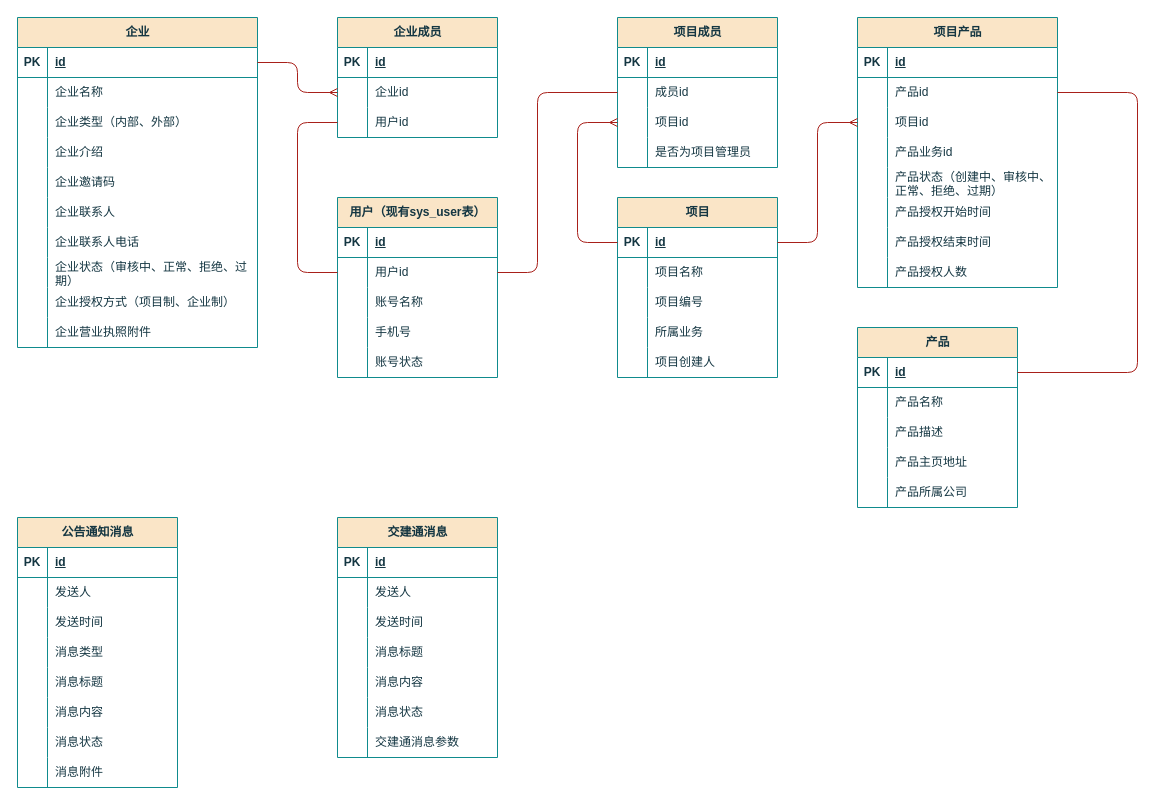
Above: page "E-R图" (1 of 3) of others/产品中心.drawio in Qunz/drawio (draw.io), before the change. Source tidied: cells renumbered, new cells numbered last; positions are measured from the earlier drawing's top-left corner, leaving out a move shared by most shapes. Both pictures are drawn from the tidied source at 100%, with x=0, y=0 at pixel (17, 17).
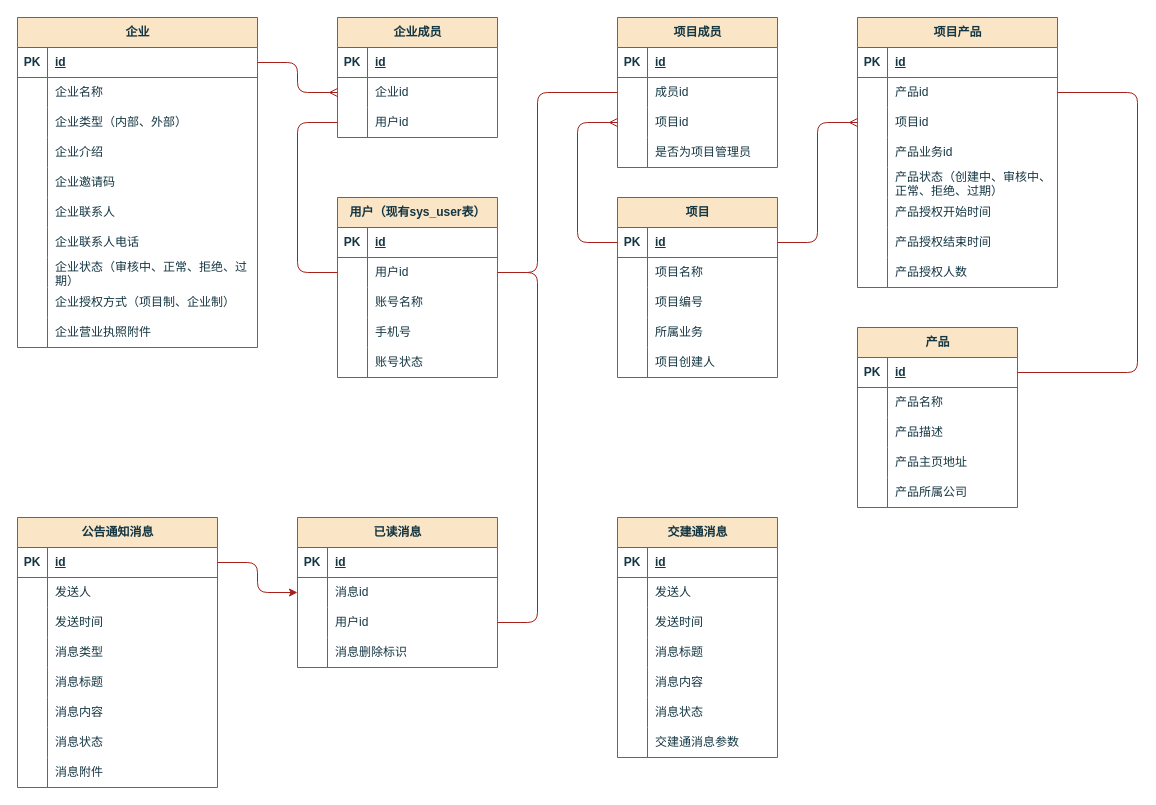
Above is the later version.

Commit message (it also covers changes not shown here):
更新产品中心.drawio

Unchanged cells that the change refers to:
```xml
<mxCell id="121" style="shape=tableRow;horizontal=0;startSize=0;swimlaneHead=0;swimlaneBody=0;fillColor=none;points=[[0,0.5],[1,0.5]];portConstraint=eastwest;top=0;left=0;right=0;bottom=0;labelBackgroundColor=none;strokeColor=#0F8B8D;fontColor=#143642;" parent="114" vertex="1">
  <mxGeometry y="90" width="160" height="30" as="geometry" />
</mxCell>
<mxCell id="168" style="shape=tableRow;horizontal=0;startSize=0;swimlaneHead=0;swimlaneBody=0;fillColor=none;points=[[0,0.5],[1,0.5]];portConstraint=eastwest;top=0;left=0;right=0;bottom=0;labelBackgroundColor=none;strokeColor=#0F8B8D;fontColor=#143642;" parent="164" vertex="1">
  <mxGeometry y="60" width="160" height="30" as="geometry" />
</mxCell>
```

The edit, as a diff of the source:
```diff
@@
     <mxCell id="87" value="公告通知消息" style="shape=table;startSize=30;childLayout=tableLayout;rowLines=0;fontStyle=1;align=center;html=1;labelBackgroundColor=none;fillColor=#FAE5C7;strokeColor=#0F8B8D;fontColor=#143642;" parent="1" vertex="1">
-      <mxGeometry y="500" width="160" height="270" as="geometry" />
+      <mxGeometry y="500" width="200" height="270" as="geometry" />
     </mxCell>
     <mxCell id="88" style="shape=tableRow;horizontal=0;startSize=0;swimlaneHead=0;swimlaneBody=0;fillColor=none;points=[[0,0.5],[1,0.5]];portConstraint=eastwest;top=0;left=0;right=0;bottom=1;labelBackgroundColor=none;strokeColor=#0F8B8D;fontColor=#143642;" parent="87" vertex="1">
-      <mxGeometry y="30" width="160" height="30" as="geometry" />
+      <mxGeometry y="30" width="200" height="30" as="geometry" />
     </mxCell>
@@
     <mxCell id="90" value="id" style="shape=partialRectangle;fillColor=none;top=0;left=0;bottom=0;right=0;align=left;spacingLeft=6;fontStyle=5;overflow=hidden;whiteSpace=wrap;html=1;labelBackgroundColor=none;strokeColor=#0F8B8D;fontColor=#143642;" parent="88" vertex="1">
-      <mxGeometry x="30" width="130" height="30" as="geometry" />
+      <mxGeometry x="30" width="170" height="30" as="geometry" />
     </mxCell>
     <mxCell id="91" style="shape=tableRow;horizontal=0;startSize=0;swimlaneHead=0;swimlaneBody=0;fillColor=none;top=0;left=0;right=0;bottom=0;labelBackgroundColor=none;strokeColor=#0F8B8D;fontColor=#143642;" parent="87" vertex="1">
-      <mxGeometry y="60" width="160" height="30" as="geometry" />
+      <mxGeometry y="60" width="200" height="30" as="geometry" />
     </mxCell>
@@
     <mxCell id="93" value="发送人" style="shape=partialRectangle;fillColor=none;top=0;left=0;bottom=0;right=0;align=left;spacingLeft=6;overflow=hidden;whiteSpace=wrap;html=1;labelBackgroundColor=none;strokeColor=#0F8B8D;fontColor=#143642;" parent="91" vertex="1">
-      <mxGeometry x="30" width="130" height="30" as="geometry" />
+      <mxGeometry x="30" width="170" height="30" as="geometry" />
     </mxCell>
     <mxCell id="94" style="shape=tableRow;horizontal=0;startSize=0;swimlaneHead=0;swimlaneBody=0;fillColor=none;top=0;left=0;right=0;bottom=0;labelBackgroundColor=none;strokeColor=#0F8B8D;fontColor=#143642;" parent="87" vertex="1">
-      <mxGeometry y="90" width="160" height="30" as="geometry" />
+      <mxGeometry y="90" width="200" height="30" as="geometry" />
     </mxCell>
@@
     <mxCell id="96" value="发送时间" style="shape=partialRectangle;fillColor=none;top=0;left=0;bottom=0;right=0;align=left;spacingLeft=6;overflow=hidden;whiteSpace=wrap;html=1;labelBackgroundColor=none;strokeColor=#0F8B8D;fontColor=#143642;" parent="94" vertex="1">
-      <mxGeometry x="30" width="130" height="30" as="geometry" />
+      <mxGeometry x="30" width="170" height="30" as="geometry" />
     </mxCell>
     <mxCell id="97" style="shape=tableRow;horizontal=0;startSize=0;swimlaneHead=0;swimlaneBody=0;fillColor=none;top=0;left=0;right=0;bottom=0;labelBackgroundColor=none;strokeColor=#0F8B8D;fontColor=#143642;" parent="87" vertex="1">
-      <mxGeometry y="120" width="160" height="30" as="geometry" />
+      <mxGeometry y="120" width="200" height="30" as="geometry" />
     </mxCell>
@@
     <mxCell id="99" value="消息类型" style="shape=partialRectangle;fillColor=none;top=0;left=0;bottom=0;right=0;align=left;spacingLeft=6;overflow=hidden;whiteSpace=wrap;html=1;labelBackgroundColor=none;strokeColor=#0F8B8D;fontColor=#143642;" parent="97" vertex="1">
-      <mxGeometry x="30" width="130" height="30" as="geometry" />
+      <mxGeometry x="30" width="170" height="30" as="geometry" />
     </mxCell>
     <mxCell id="100" style="shape=tableRow;horizontal=0;startSize=0;swimlaneHead=0;swimlaneBody=0;fillColor=none;top=0;left=0;right=0;bottom=0;labelBackgroundColor=none;strokeColor=#0F8B8D;fontColor=#143642;" parent="87" vertex="1">
-      <mxGeometry y="150" width="160" height="30" as="geometry" />
+      <mxGeometry y="150" width="200" height="30" as="geometry" />
     </mxCell>
@@
     <mxCell id="102" value="消息标题" style="shape=partialRectangle;fillColor=none;top=0;left=0;bottom=0;right=0;align=left;spacingLeft=6;overflow=hidden;whiteSpace=wrap;html=1;labelBackgroundColor=none;strokeColor=#0F8B8D;fontColor=#143642;" parent="100" vertex="1">
-      <mxGeometry x="30" width="130" height="30" as="geometry" />
+      <mxGeometry x="30" width="170" height="30" as="geometry" />
     </mxCell>
     <mxCell id="103" style="shape=tableRow;horizontal=0;startSize=0;swimlaneHead=0;swimlaneBody=0;fillColor=none;top=0;left=0;right=0;bottom=0;labelBackgroundColor=none;strokeColor=#0F8B8D;fontColor=#143642;" parent="87" vertex="1">
-      <mxGeometry y="180" width="160" height="30" as="geometry" />
+      <mxGeometry y="180" width="200" height="30" as="geometry" />
     </mxCell>
@@
     <mxCell id="105" value="消息内容" style="shape=partialRectangle;fillColor=none;top=0;left=0;bottom=0;right=0;align=left;spacingLeft=6;overflow=hidden;whiteSpace=wrap;html=1;labelBackgroundColor=none;strokeColor=#0F8B8D;fontColor=#143642;" parent="103" vertex="1">
-      <mxGeometry x="30" width="130" height="30" as="geometry" />
+      <mxGeometry x="30" width="170" height="30" as="geometry" />
     </mxCell>
     <mxCell id="106" style="shape=tableRow;horizontal=0;startSize=0;swimlaneHead=0;swimlaneBody=0;fillColor=none;top=0;left=0;right=0;bottom=0;labelBackgroundColor=none;strokeColor=#0F8B8D;fontColor=#143642;" parent="87" vertex="1">
-      <mxGeometry y="210" width="160" height="30" as="geometry" />
+      <mxGeometry y="210" width="200" height="30" as="geometry" />
     </mxCell>
@@
     <mxCell id="108" value="消息状态" style="shape=partialRectangle;fillColor=none;top=0;left=0;bottom=0;right=0;align=left;spacingLeft=6;overflow=hidden;whiteSpace=wrap;html=1;labelBackgroundColor=none;strokeColor=#0F8B8D;fontColor=#143642;" parent="106" vertex="1">
-      <mxGeometry x="30" width="130" height="30" as="geometry" />
+      <mxGeometry x="30" width="170" height="30" as="geometry" />
     </mxCell>
     <mxCell id="109" style="shape=tableRow;horizontal=0;startSize=0;swimlaneHead=0;swimlaneBody=0;fillColor=none;top=0;left=0;right=0;bottom=0;labelBackgroundColor=none;strokeColor=#0F8B8D;fontColor=#143642;" parent="87" vertex="1">
-      <mxGeometry y="240" width="160" height="30" as="geometry" />
+      <mxGeometry y="240" width="200" height="30" as="geometry" />
     </mxCell>
@@
     <mxCell id="111" value="消息附件" style="shape=partialRectangle;fillColor=none;top=0;left=0;bottom=0;right=0;align=left;spacingLeft=6;overflow=hidden;whiteSpace=wrap;html=1;labelBackgroundColor=none;strokeColor=#0F8B8D;fontColor=#143642;" parent="109" vertex="1">
-      <mxGeometry x="30" width="130" height="30" as="geometry" />
+      <mxGeometry x="30" width="170" height="30" as="geometry" />
     </mxCell>
@@
     <mxCell id="142" value="交建通消息" style="shape=table;startSize=30;childLayout=tableLayout;rowLines=0;fontStyle=1;align=center;html=1;labelBackgroundColor=none;fillColor=#FAE5C7;strokeColor=#0F8B8D;fontColor=#143642;" parent="1" vertex="1">
-      <mxGeometry x="320" y="500" width="160" height="240" as="geometry" />
+      <mxGeometry x="600" y="500" width="160" height="240" as="geometry" />
     </mxCell>
@@
-    <mxCell id="181" style="edgeStyle=orthogonalEdgeStyle;rounded=1;jettySize=auto;html=1;exitX=0;exitY=0.5;exitDx=0;exitDy=0;strokeColor=#A8201A;fontColor=#143642;fillColor=#FAE5C7;curved=0;endArrow=none;endFill=0;entryX=0;entryY=0.5;entryDx=0;entryDy=0;" parent="1" edge="1" source="121" target="168">
+    <mxCell id="181" style="edgeStyle=orthogonalEdgeStyle;rounded=1;jettySize=auto;html=1;exitX=0;exitY=0.5;exitDx=0;exitDy=0;strokeColor=#A8201A;fontColor=default;fillColor=#FAE5C7;curved=0;endArrow=none;endFill=0;entryX=0;entryY=0.5;entryDx=0;entryDy=0;labelBackgroundColor=none;" parent="1" edge="1" source="121" target="168">
       <mxGeometry relative="1" as="geometry">
         <Array as="points">
           <mxPoint x="280" y="105" />
           <mxPoint x="280" y="255" />
         </Array>
       </mxGeometry>
     </mxCell>
+    <mxCell id="182" value="已读消息" style="shape=table;startSize=30;childLayout=tableLayout;rowLines=0;fontStyle=1;align=center;html=1;labelBackgroundColor=none;fillColor=#FAE5C7;strokeColor=#0F8B8D;fontColor=#143642;" parent="1" vertex="1">
+      <mxGeometry x="280" y="500" width="200" height="150" as="geometry" />
+    </mxCell>
+    <mxCell id="183" style="shape=tableRow;horizontal=0;startSize=0;swimlaneHead=0;swimlaneBody=0;fillColor=none;top=0;left=0;right=0;bottom=1;labelBackgroundColor=none;strokeColor=#0F8B8D;fontColor=#143642;" parent="182" vertex="1">
+      <mxGeometry y="30" width="200" height="30" as="geometry" />
+    </mxCell>
+    <mxCell id="184" value="PK" style="shape=partialRectangle;fillColor=none;top=0;left=0;bottom=0;right=0;fontStyle=1;overflow=hidden;whiteSpace=wrap;html=1;labelBackgroundColor=none;strokeColor=#0F8B8D;fontColor=#143642;" parent="183" vertex="1">
+      <mxGeometry width="30" height="30" as="geometry" />
+    </mxCell>
+    <mxCell id="185" value="id" style="shape=partialRectangle;fillColor=none;top=0;left=0;bottom=0;right=0;align=left;spacingLeft=6;fontStyle=5;overflow=hidden;whiteSpace=wrap;html=1;labelBackgroundColor=none;strokeColor=#0F8B8D;fontColor=#143642;" parent="183" vertex="1">
+      <mxGeometry x="30" width="170" height="30" as="geometry" />
+    </mxCell>
+    <mxCell id="186" style="shape=tableRow;horizontal=0;startSize=0;swimlaneHead=0;swimlaneBody=0;fillColor=none;points=[[0,0.5],[1,0.5]];portConstraint=eastwest;top=0;left=0;right=0;bottom=0;labelBackgroundColor=none;strokeColor=#0F8B8D;fontColor=#143642;" parent="182" vertex="1">
+      <mxGeometry y="60" width="200" height="30" as="geometry" />
+    </mxCell>
+    <mxCell id="187" style="shape=partialRectangle;fillColor=none;top=0;left=0;bottom=0;right=0;overflow=hidden;whiteSpace=wrap;html=1;labelBackgroundColor=none;strokeColor=#0F8B8D;fontColor=#143642;" parent="186" vertex="1">
+      <mxGeometry width="30" height="30" as="geometry" />
+    </mxCell>
+    <mxCell id="188" value="消息id" style="shape=partialRectangle;fillColor=none;top=0;left=0;bottom=0;right=0;align=left;spacingLeft=6;overflow=hidden;whiteSpace=wrap;html=1;labelBackgroundColor=none;strokeColor=#0F8B8D;fontColor=#143642;" parent="186" vertex="1">
+      <mxGeometry x="30" width="170" height="30" as="geometry" />
+    </mxCell>
+    <mxCell id="189" style="shape=tableRow;horizontal=0;startSize=0;swimlaneHead=0;swimlaneBody=0;fillColor=none;points=[[0,0.5],[1,0.5]];portConstraint=eastwest;top=0;left=0;right=0;bottom=0;labelBackgroundColor=none;strokeColor=#0F8B8D;fontColor=#143642;" parent="182" vertex="1">
+      <mxGeometry y="90" width="200" height="30" as="geometry" />
+    </mxCell>
+    <mxCell id="190" style="shape=partialRectangle;fillColor=none;top=0;left=0;bottom=0;right=0;overflow=hidden;whiteSpace=wrap;html=1;labelBackgroundColor=none;strokeColor=#0F8B8D;fontColor=#143642;" parent="189" vertex="1">
+      <mxGeometry width="30" height="30" as="geometry" />
+    </mxCell>
+    <mxCell id="191" value="用户id" style="shape=partialRectangle;fillColor=none;top=0;left=0;bottom=0;right=0;align=left;spacingLeft=6;overflow=hidden;whiteSpace=wrap;html=1;labelBackgroundColor=none;strokeColor=#0F8B8D;fontColor=#143642;" parent="189" vertex="1">
+      <mxGeometry x="30" width="170" height="30" as="geometry" />
+    </mxCell>
+    <mxCell id="192" style="shape=tableRow;horizontal=0;startSize=0;swimlaneHead=0;swimlaneBody=0;fillColor=none;top=0;left=0;right=0;bottom=0;labelBackgroundColor=none;strokeColor=#0F8B8D;fontColor=#143642;" parent="182" vertex="1">
+      <mxGeometry y="120" width="200" height="30" as="geometry" />
+    </mxCell>
+    <mxCell id="193" style="shape=partialRectangle;fillColor=none;top=0;left=0;bottom=0;right=0;overflow=hidden;whiteSpace=wrap;html=1;labelBackgroundColor=none;strokeColor=#0F8B8D;fontColor=#143642;" parent="192" vertex="1">
+      <mxGeometry width="30" height="30" as="geometry" />
+    </mxCell>
+    <mxCell id="194" value="消息删除标识" style="shape=partialRectangle;fillColor=none;top=0;left=0;bottom=0;right=0;align=left;spacingLeft=6;overflow=hidden;whiteSpace=wrap;html=1;labelBackgroundColor=none;strokeColor=#0F8B8D;fontColor=#143642;" parent="192" vertex="1">
+      <mxGeometry x="30" width="170" height="30" as="geometry" />
+    </mxCell>
+    <mxCell id="195" style="edgeStyle=orthogonalEdgeStyle;rounded=1;jettySize=auto;html=1;labelBackgroundColor=none;strokeColor=#A8201A;fontColor=default;curved=0;" parent="1" edge="1" source="88" target="186">
+      <mxGeometry relative="1" as="geometry" />
+    </mxCell>
+    <mxCell id="196" style="edgeStyle=orthogonalEdgeStyle;rounded=1;jettySize=auto;html=1;exitX=1;exitY=0.5;exitDx=0;exitDy=0;entryX=1;entryY=0.5;entryDx=0;entryDy=0;labelBackgroundColor=none;strokeColor=#A8201A;fontColor=default;curved=0;endArrow=none;endFill=0;" parent="1" edge="1" source="189" target="168">
+      <mxGeometry relative="1" as="geometry">
+        <Array as="points">
+          <mxPoint x="520" y="605" />
+          <mxPoint x="520" y="255" />
+        </Array>
+      </mxGeometry>
+    </mxCell>
```
